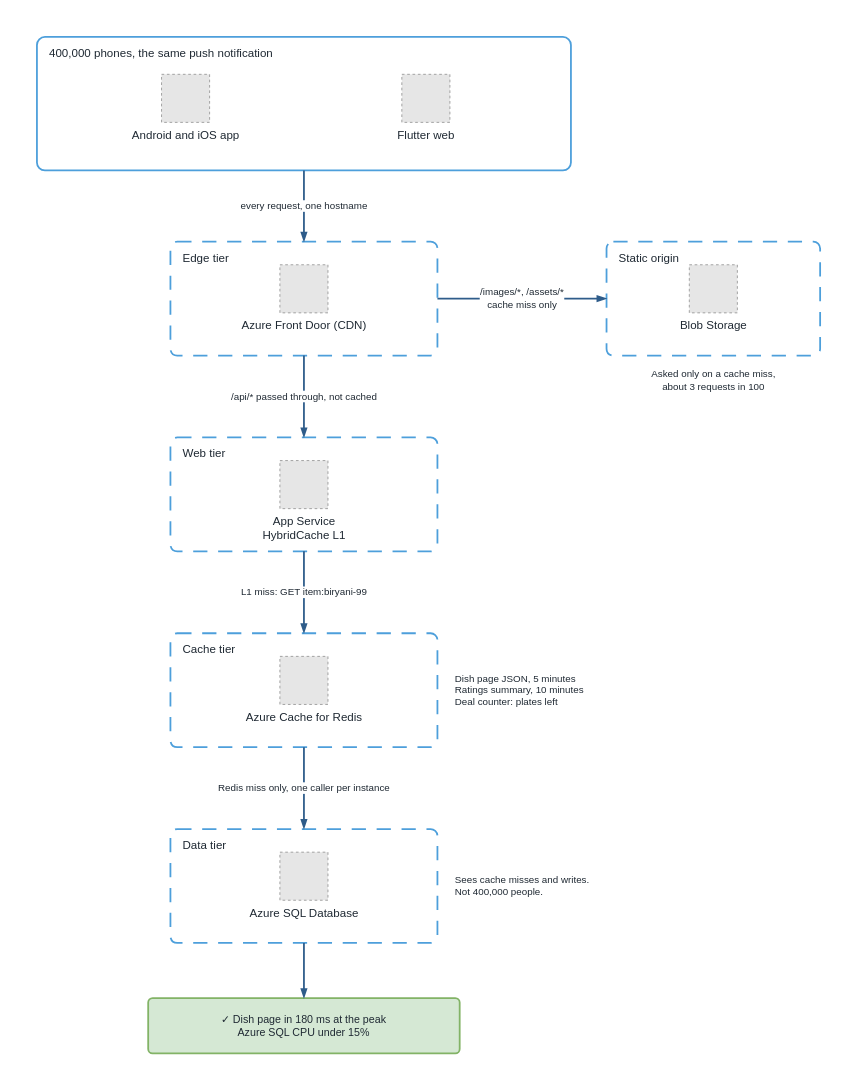
This is src/content/blog/azure-production-issues/azure-front-door-cdn-flash-sale/diagrams/azure-front-door-cdn-redis-flash-sale-architecture.drawio from jssuthahar/blog, a draw.io file, before an edit. Source tidied: cells renumbered, new cells numbered last; positions are measured from the earlier drawing's top-left corner, leaving out a move shared by most shapes. Both pictures are drawn from the tidied source at 89%, with x=0, y=0 at pixel (15, 15). Pictures stored in the file or linked from it are replaced by grey dashed boxes.
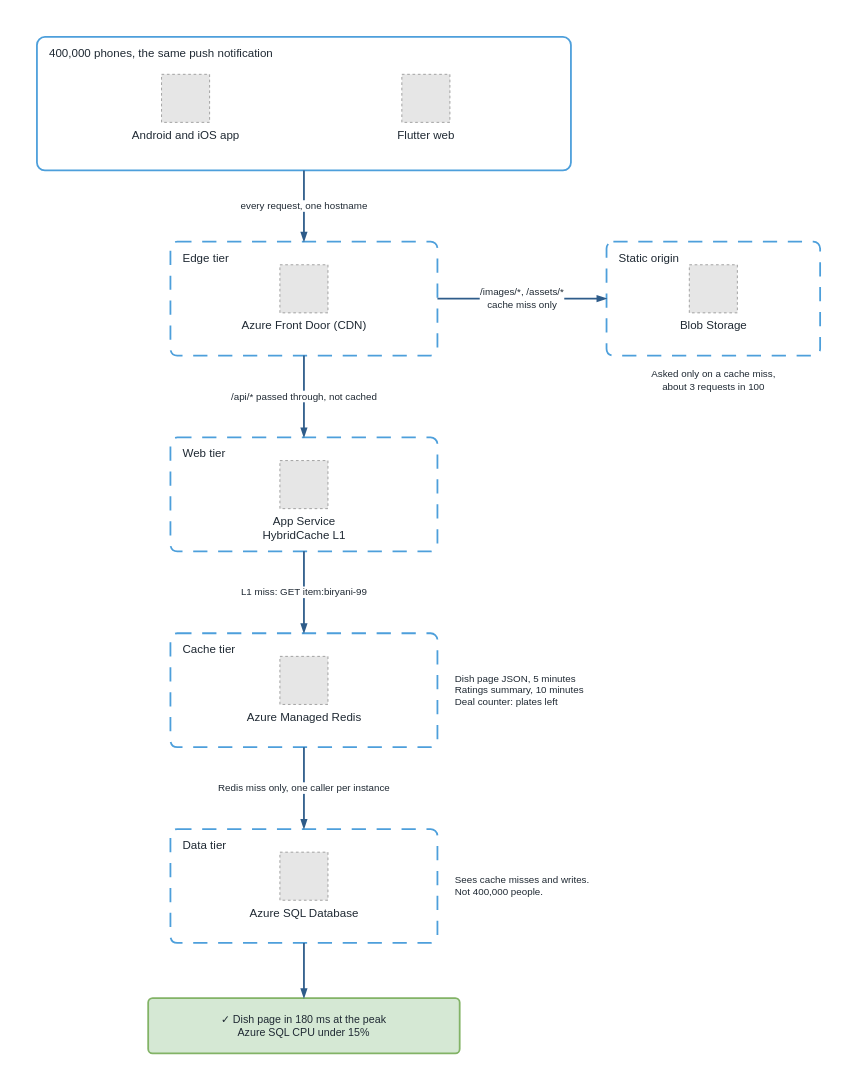
Above is the later version.

Change to the diagram source:
```diff
@@
-    <mxCell id="14" value="Azure Cache for Redis" style="fillColor=#E6E6E6;strokeColor=#999999;dashed=1;html=1;verticalLabelPosition=bottom;verticalAlign=top;fontSize=13;fontColor=#1F2933;labelBackgroundColor=none;" parent="1" vertex="1">
+    <mxCell id="14" value="Azure Managed Redis" style="fillColor=#E6E6E6;strokeColor=#999999;dashed=1;html=1;verticalLabelPosition=bottom;verticalAlign=top;fontSize=13;fontColor=#1F2933;labelBackgroundColor=none;" parent="1" vertex="1">
       <mxGeometry x="297" y="720" width="54" height="54" as="geometry" />
     </mxCell>
```
